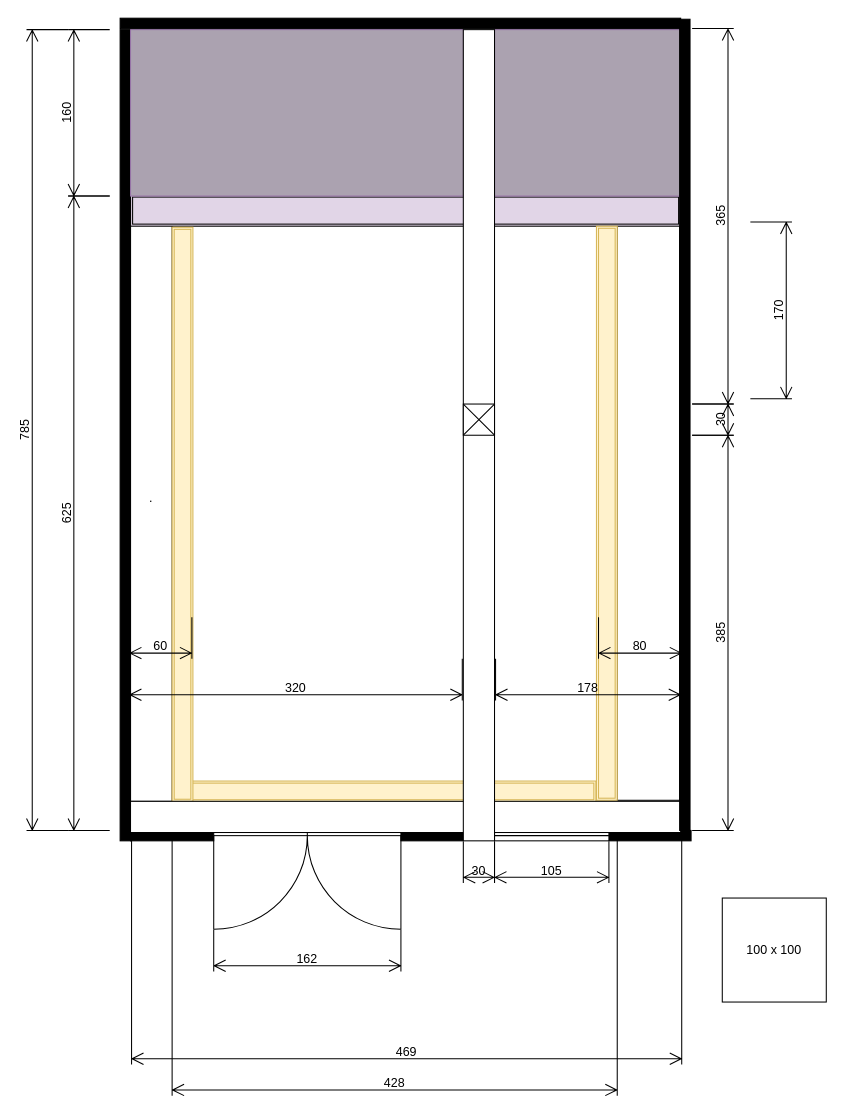
fckff/drawio keeps this draw.io diagram as atelier.drawio. Above is the earlier version. Source tidied: cells renumbered, new cells numbered last; positions are measured from the earlier drawing's top-left corner, leaving out a move shared by most shapes. Both pictures are drawn from the tidied source at 104%, with x=0, y=0 at pixel (26, 18).
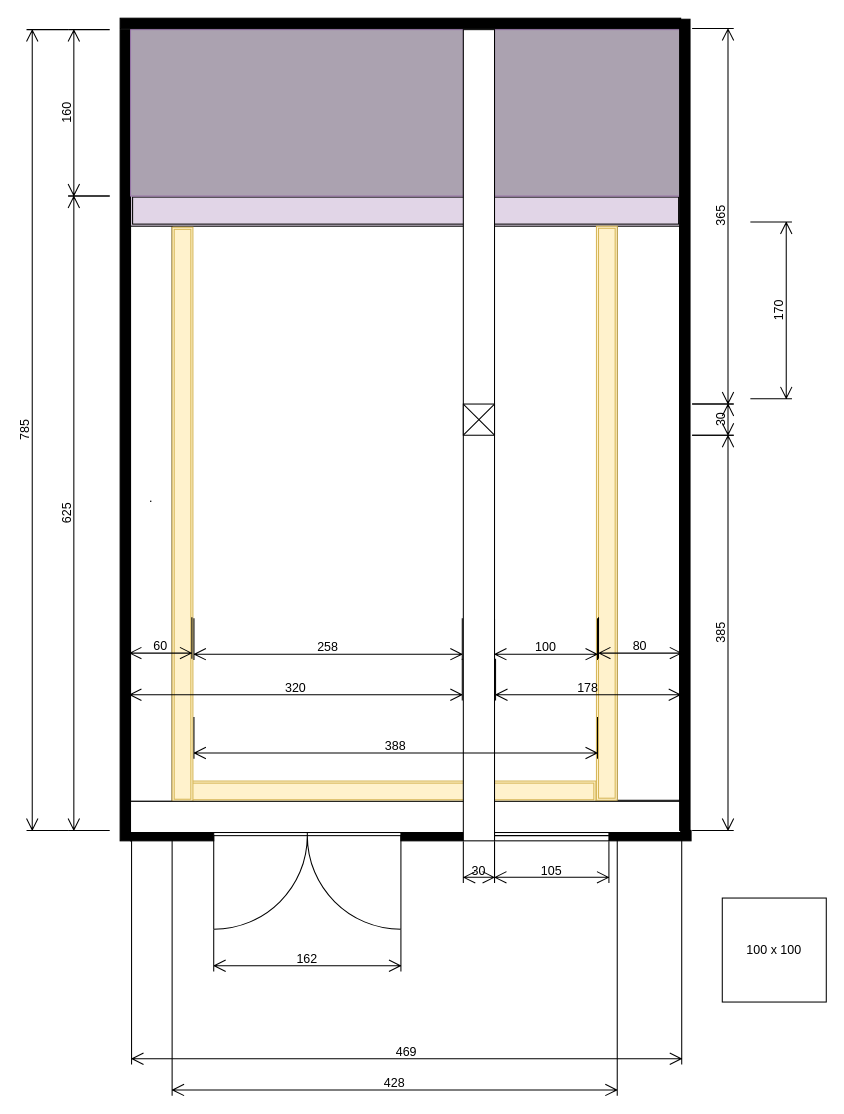
The same page after the edit.

The edit, as a diff of the source:
```diff
@@
+    <mxCell id="38" value="258" style="shape=dimension;whiteSpace=wrap;html=1;align=center;verticalAlign=bottom;spacingBottom=3;labelBackgroundColor=none;" parent="1" vertex="1">
+      <mxGeometry x="161" y="577" width="258" height="40" as="geometry" />
+    </mxCell>
+    <mxCell id="39" value="100" style="shape=dimension;whiteSpace=wrap;html=1;align=center;verticalAlign=bottom;spacingBottom=3;labelBackgroundColor=none;" parent="1" vertex="1">
+      <mxGeometry x="450" y="577" width="99" height="40" as="geometry" />
+    </mxCell>
+    <mxCell id="40" value="388" style="shape=dimension;whiteSpace=wrap;html=1;align=center;verticalAlign=bottom;spacingBottom=3;labelBackgroundColor=none;" parent="1" vertex="1">
+      <mxGeometry x="161" y="672" width="388" height="40" as="geometry" />
+    </mxCell>
```
